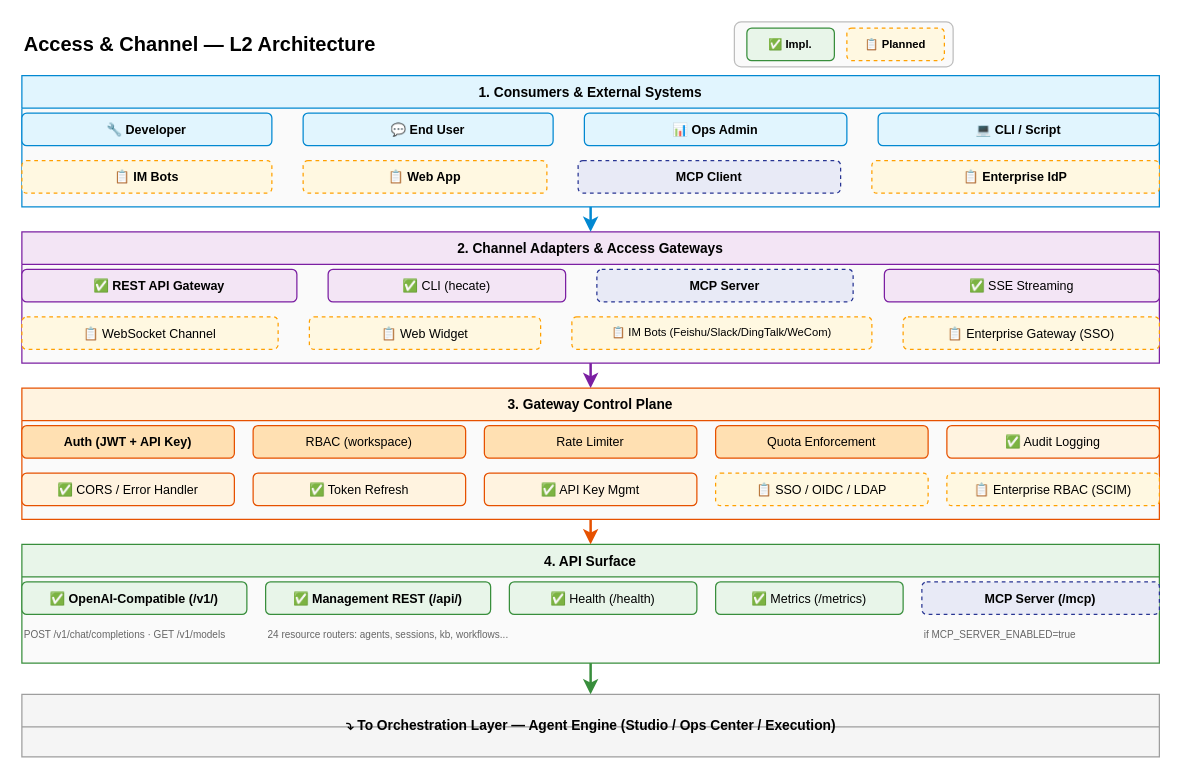
The draw.io diagram docs/design/hardware/access-channel-l2.drawio in xueyufish/hecate, before the edit. Source tidied: cells renumbered, new cells numbered last; positions are measured from the earlier drawing's top-left corner, leaving out a move shared by most shapes. Both pictures are drawn from the tidied source at 125%, with x=0, y=0 at pixel (21, 21).
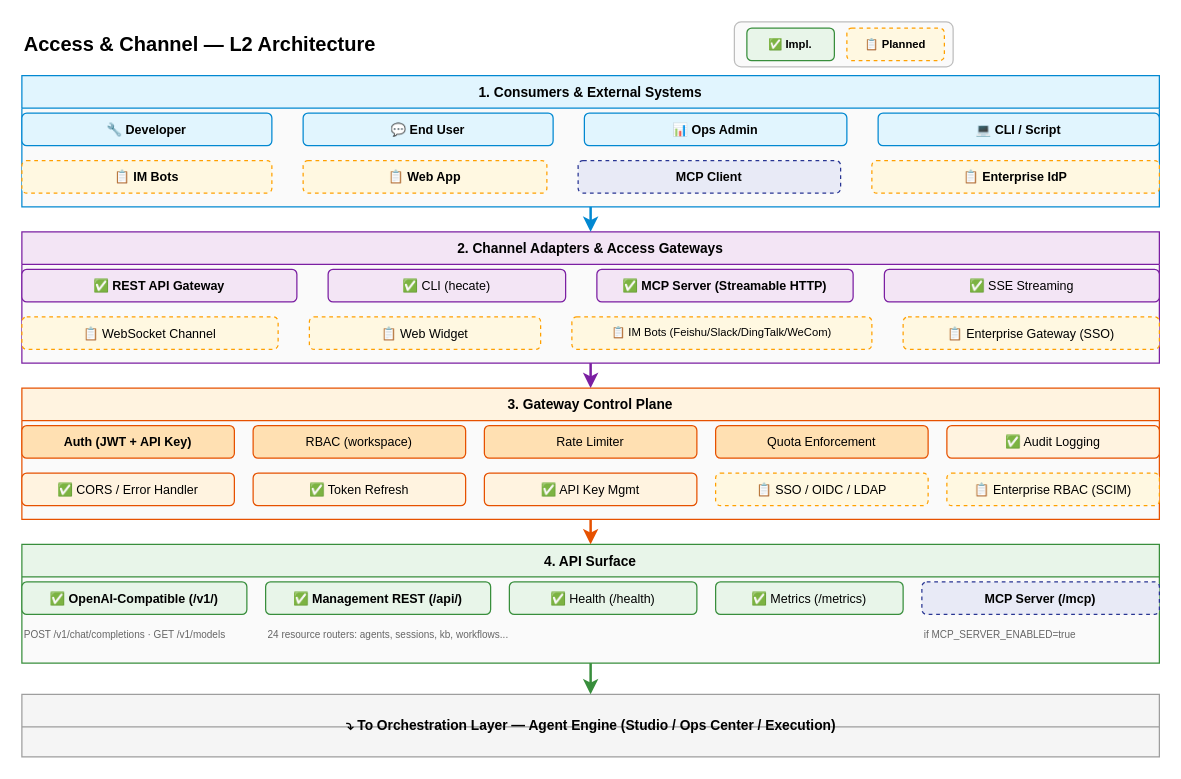
The same page after the edit.

The change refers to these unchanged cells:
```xml
<mxCell id="15" value="2. Channel Adapters &amp; Access Gateways" style="swimlane;startSize=26;fillColor=#F3E5F5;strokeColor=#7B1FA2;fontSize=11;fontStyle=1;swimlaneFillColor=#FAFAFA;" parent="1" vertex="1">
  <mxGeometry y="168" width="910" height="105" as="geometry" />
</mxCell>
```

The edit, as a diff of the source:
```diff
@@
-    <mxCell id="18" value="MCP Server" style="rounded=1;whiteSpace=wrap;html=1;fillColor=#E8EAF6;strokeColor=#283593;fontSize=10;dashed=1;fontStyle=1;" parent="15" vertex="1">
+    <mxCell id="18" value="✅ MCP Server (Streamable HTTP)" style="rounded=1;whiteSpace=wrap;html=1;fillColor=#F3E5F5;strokeColor=#7B1FA2;fontSize=10;fontStyle=1;" parent="15" vertex="1">
       <mxGeometry x="460" y="30" width="205" height="26" as="geometry" />
     </mxCell>
```
